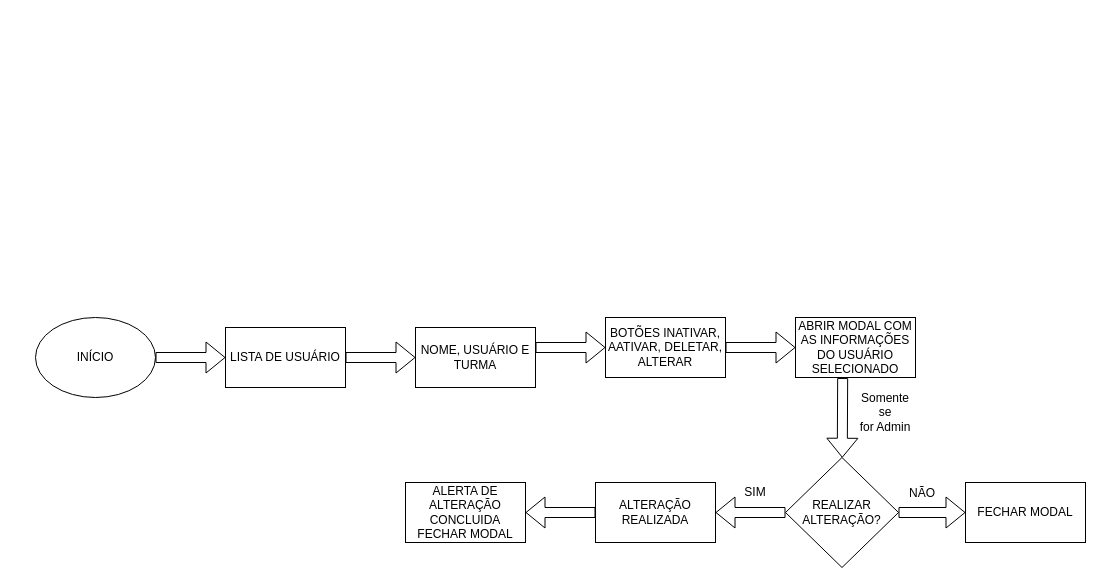
Before: fluxogramas/listar_e_alterar_usuarios.drawio in asghensel/projetoCadastro, a draw.io diagram. Source tidied: cells renumbered, new cells numbered last; positions are measured from the earlier drawing's top-left corner, leaving out a move shared by most shapes. Both pictures are drawn from the tidied source at 100%, with x=0, y=0 at pixel (35, 317).
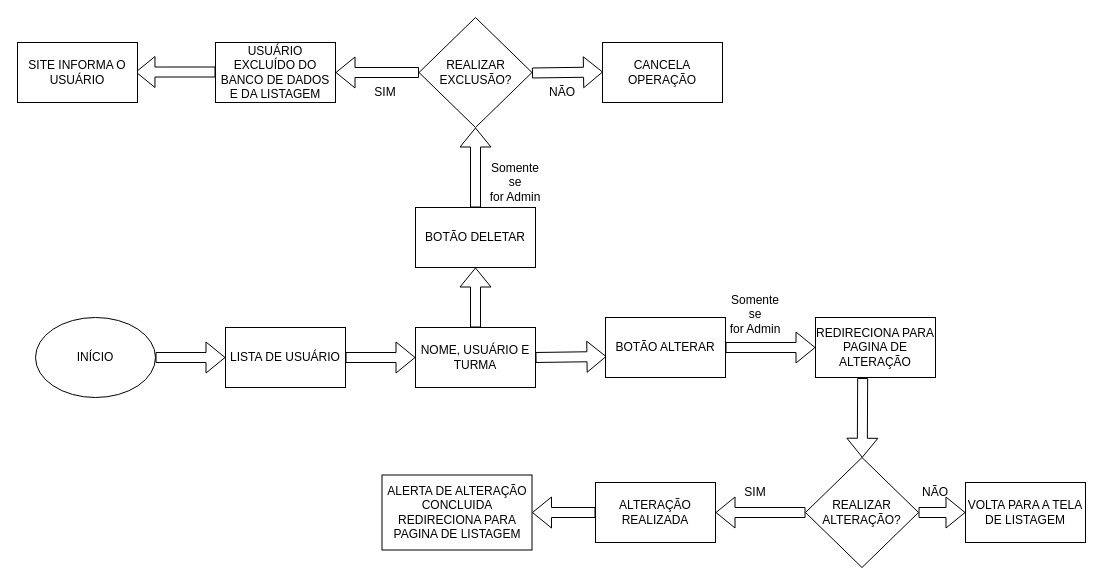
Above is the later version.

Unchanged cells that the change refers to:
```xml
<mxCell id="6" value="NOME, USUÁRIO E TURMA" style="rounded=0;whiteSpace=wrap;html=1;" parent="1" vertex="1">
  <mxGeometry x="380" y="10" width="120" height="60" as="geometry" />
</mxCell>
```

Diff of the diagram source:
```diff
@@
-    <mxCell id="7" style="shape=flexArrow;endArrow=classic;html=1;rounded=0;exitX=1;exitY=0.5;exitDx=0;exitDy=0;" parent="1" edge="1" target="8">
+    <mxCell id="7" style="shape=flexArrow;endArrow=classic;html=1;rounded=0;exitX=0.5;exitY=0;exitDx=0;exitDy=0;" parent="1" edge="1" source="6">
       <mxGeometry relative="1" as="geometry">
-        <mxPoint x="500" y="30" as="sourcePoint" />
+        <mxPoint x="440" y="-50" as="targetPoint" />
       </mxGeometry>
     </mxCell>
-    <mxCell id="8" value="BOTÕES INATIVAR, AATIVAR, DELETAR, ALTERAR" style="rounded=0;whiteSpace=wrap;html=1;" parent="1" vertex="1">
+    <mxCell id="8" value="BOTÃO ALTERAR" style="rounded=0;whiteSpace=wrap;html=1;" parent="1" vertex="1">
       <mxGeometry x="570" width="120" height="60" as="geometry" />
     </mxCell>
@@
-    <mxCell id="10" value="ABRIR MODAL COM AS INFORMAÇÕES DO USUÁRIO SELECIONADO" style="rounded=0;whiteSpace=wrap;html=1;" parent="1" vertex="1">
-      <mxGeometry x="760" width="120" height="60" as="geometry" />
+    <mxCell id="10" value="REDIRECIONA PARA PAGINA DE ALTERAÇÃO" style="rounded=0;whiteSpace=wrap;html=1;" parent="1" vertex="1">
+      <mxGeometry x="780" width="120" height="60" as="geometry" />
     </mxCell>
@@
     <mxCell id="12" value="REALIZAR ALTERAÇÃO?" style="rhombus;whiteSpace=wrap;html=1;" parent="1" vertex="1">
-      <mxGeometry x="750" y="140" width="113" height="110" as="geometry" />
+      <mxGeometry x="770" y="140" width="113" height="110" as="geometry" />
     </mxCell>
@@
-    <mxCell id="17" value="FECHAR MODAL" style="rounded=0;whiteSpace=wrap;html=1;" parent="1" vertex="1">
+    <mxCell id="17" value="VOLTA PARA A TELA DE LISTAGEM" style="rounded=0;whiteSpace=wrap;html=1;" parent="1" vertex="1">
       <mxGeometry x="930" y="165" width="120" height="60" as="geometry" />
     </mxCell>
     <mxCell id="18" value="NÃO" style="text;strokeColor=none;align=center;fillColor=none;html=1;verticalAlign=middle;whiteSpace=wrap;rounded=0;" parent="1" vertex="1">
-      <mxGeometry x="857" y="161" width="60" height="30" as="geometry" />
+      <mxGeometry x="870" y="160" width="60" height="30" as="geometry" />
     </mxCell>
@@
-    <mxCell id="20" value="ALERTA DE ALTERAÇÃO CONCLUIDA FECHAR MODAL" style="rounded=0;whiteSpace=wrap;html=1;" parent="1" vertex="1">
-      <mxGeometry x="370" y="165" width="120" height="60" as="geometry" />
+    <mxCell id="20" value="ALERTA DE ALTERAÇÃO CONCLUIDA REDIRECIONA PARA PAGINA DE LISTAGEM" style="rounded=0;whiteSpace=wrap;html=1;" parent="1" vertex="1">
+      <mxGeometry x="346.5" y="157.5" width="150" height="75" as="geometry" />
     </mxCell>
     <mxCell id="21" value="Somente se&lt;div&gt;for Admin&lt;/div&gt;" style="text;strokeColor=none;align=center;fillColor=none;html=1;verticalAlign=middle;whiteSpace=wrap;rounded=0;" parent="1" vertex="1">
-      <mxGeometry x="820" y="80" width="60" height="30" as="geometry" />
+      <mxGeometry x="690" y="-18" width="60" height="30" as="geometry" />
     </mxCell>
+    <mxCell id="22" value="BOTÃO DELETAR" style="rounded=0;whiteSpace=wrap;html=1;" parent="1" vertex="1">
+      <mxGeometry x="380" y="-110" width="120" height="60" as="geometry" />
+    </mxCell>
+    <mxCell id="23" style="shape=flexArrow;endArrow=classic;html=1;rounded=0;exitX=1;exitY=0.5;exitDx=0;exitDy=0;entryX=0.008;entryY=0.65;entryDx=0;entryDy=0;entryPerimeter=0;" parent="1" edge="1" source="6" target="8">
+      <mxGeometry relative="1" as="geometry" />
+    </mxCell>
+    <mxCell id="24" style="shape=flexArrow;endArrow=classic;html=1;rounded=0;exitX=0.5;exitY=0;exitDx=0;exitDy=0;entryX=0.5;entryY=1;entryDx=0;entryDy=0;" parent="1" edge="1" source="22" target="25">
+      <mxGeometry relative="1" as="geometry" />
+    </mxCell>
+    <mxCell id="25" value="REALIZAR EXCLUSÃO?" style="rhombus;whiteSpace=wrap;html=1;" parent="1" vertex="1">
+      <mxGeometry x="383.5" y="-300" width="113" height="110" as="geometry" />
+    </mxCell>
+    <mxCell id="26" value="Somente se&lt;div&gt;for Admin&lt;/div&gt;" style="text;strokeColor=none;align=center;fillColor=none;html=1;verticalAlign=middle;whiteSpace=wrap;rounded=0;" parent="1" vertex="1">
+      <mxGeometry x="450" y="-150" width="60" height="30" as="geometry" />
+    </mxCell>
+    <mxCell id="27" style="shape=flexArrow;endArrow=classic;html=1;rounded=0;exitX=1;exitY=0.5;exitDx=0;exitDy=0;entryX=0.008;entryY=0.65;entryDx=0;entryDy=0;entryPerimeter=0;" parent="1" edge="1">
+      <mxGeometry relative="1" as="geometry">
+        <mxPoint x="496.5" y="-244.5" as="sourcePoint" />
+        <mxPoint x="567.5" y="-245.5" as="targetPoint" />
+      </mxGeometry>
+    </mxCell>
+    <mxCell id="28" value="CANCELA OPERAÇÃO" style="rounded=0;whiteSpace=wrap;html=1;" parent="1" vertex="1">
+      <mxGeometry x="567" y="-275" width="120" height="60" as="geometry" />
+    </mxCell>
+    <mxCell id="29" style="shape=flexArrow;endArrow=classic;html=1;rounded=0;exitX=0;exitY=0.5;exitDx=0;exitDy=0;" parent="1" edge="1" source="25">
+      <mxGeometry relative="1" as="geometry">
+        <mxPoint x="300" y="-245" as="targetPoint" />
+      </mxGeometry>
+    </mxCell>
+    <mxCell id="30" value="USUÁRIO EXCLUÍDO DO BANCO DE DADOS E DA LISTAGEM" style="rounded=0;whiteSpace=wrap;html=1;" parent="1" vertex="1">
+      <mxGeometry x="180" y="-275" width="120" height="60" as="geometry" />
+    </mxCell>
+    <mxCell id="31" value="SIM" style="text;strokeColor=none;align=center;fillColor=none;html=1;verticalAlign=middle;whiteSpace=wrap;rounded=0;" parent="1" vertex="1">
+      <mxGeometry x="320" y="-240" width="60" height="30" as="geometry" />
+    </mxCell>
+    <mxCell id="32" value="NÃO" style="text;strokeColor=none;align=center;fillColor=none;html=1;verticalAlign=middle;whiteSpace=wrap;rounded=0;" parent="1" vertex="1">
+      <mxGeometry x="496.5" y="-240" width="60" height="30" as="geometry" />
+    </mxCell>
+    <mxCell id="33" style="shape=flexArrow;endArrow=classic;html=1;rounded=0;exitX=0;exitY=0.5;exitDx=0;exitDy=0;entryX=0.983;entryY=0.492;entryDx=0;entryDy=0;entryPerimeter=0;" parent="1" edge="1" target="34">
+      <mxGeometry relative="1" as="geometry">
+        <mxPoint x="180" y="-245.5" as="sourcePoint" />
+      </mxGeometry>
+    </mxCell>
+    <mxCell id="34" value="SITE INFORMA O USUÁRIO" style="rounded=0;whiteSpace=wrap;html=1;" parent="1" vertex="1">
+      <mxGeometry x="-18" y="-275" width="120" height="60" as="geometry" />
+    </mxCell>
```
